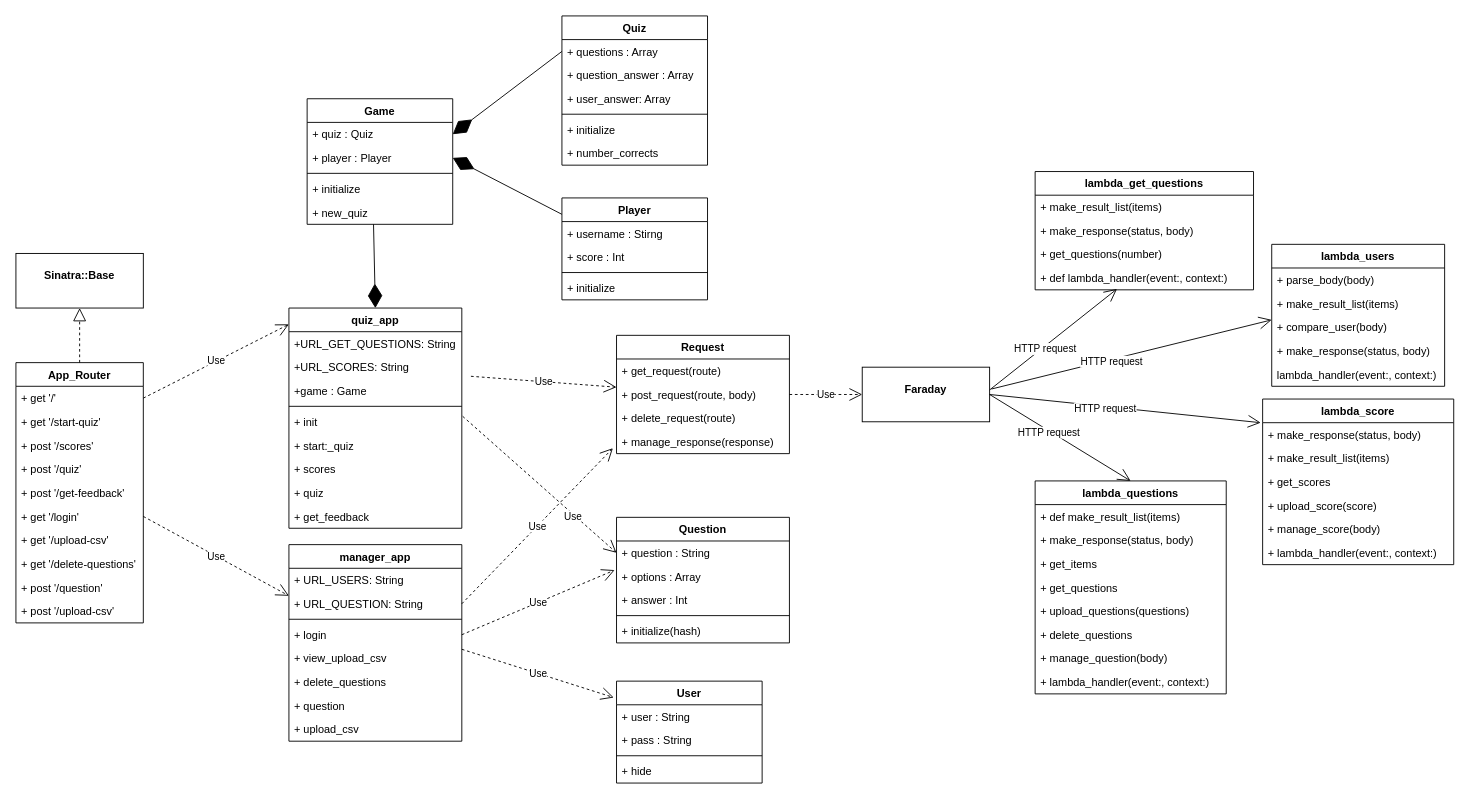
Above: img/logical-view.drawio in FelipeOsornio/QuizApp (draw.io), before the change. Source tidied: cells renumbered, new cells numbered last; positions are measured from the earlier drawing's top-left corner, leaving out a move shared by most shapes. Both pictures are drawn from the tidied source at 91%, with x=0, y=0 at pixel (15, 15).
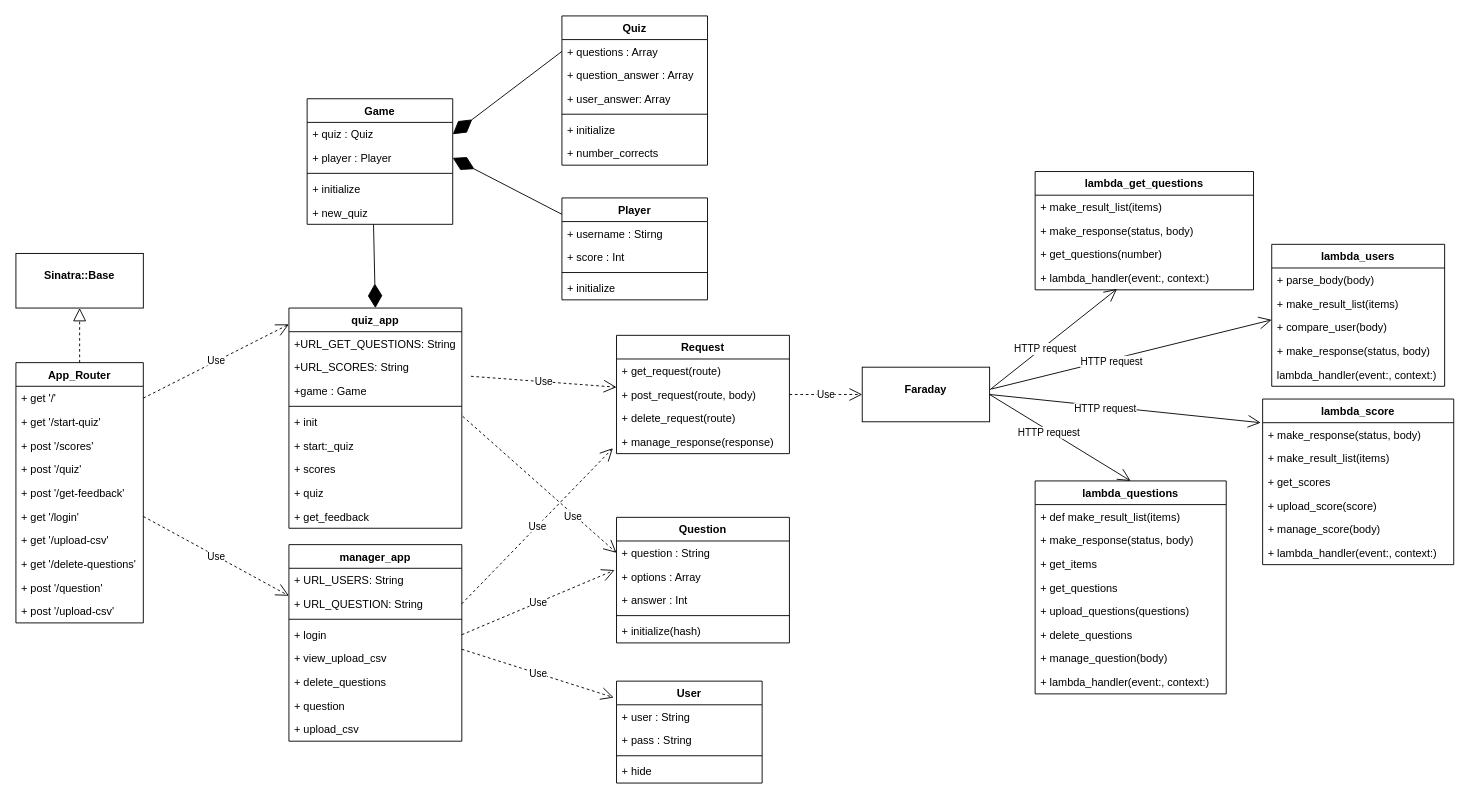
The same diagram, later.

Unchanged cells that the change refers to:
```xml
<mxCell id="82" value="lambda_get_questions" style="swimlane;fontStyle=1;horizontal=1;startSize=26;fillColor=none;" parent="1" vertex="1">
  <mxGeometry x="1120" y="171" width="240" height="130" as="geometry" />
</mxCell>
```

Change to the diagram source:
```diff
@@
-    <mxCell id="86" value="+ def lambda_handler(event:, context:)" style="text;strokeColor=none;fillColor=none;align=left;verticalAlign=top;spacingLeft=4;spacingRight=4;overflow=hidden;points=[[0,0.5],[1,0.5]];portConstraint=eastwest;" parent="82" vertex="1">
+    <mxCell id="86" value="+ lambda_handler(event:, context:)" style="text;strokeColor=none;fillColor=none;align=left;verticalAlign=top;spacingLeft=4;spacingRight=4;overflow=hidden;points=[[0,0.5],[1,0.5]];portConstraint=eastwest;" parent="82" vertex="1">
       <mxGeometry y="104" width="240" height="26" as="geometry" />
     </mxCell>
```
